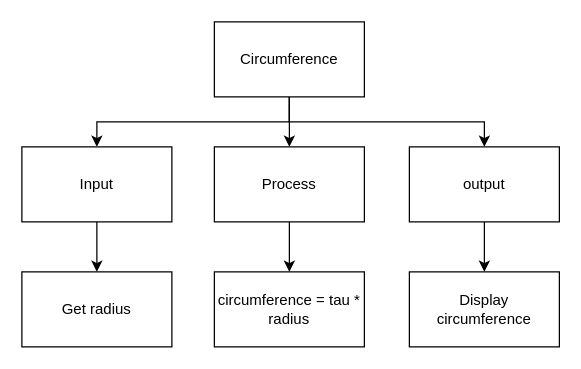
The draw.io diagram page "Top Down" (1 of 2) of design.drawio in Samuel-Webster-178/ICS3U-Unit3-Unit3-05-Python, before the edit. Source tidied: cells renumbered, new cells numbered last; positions are measured from the earlier drawing's top-left corner, leaving out a move shared by most shapes. Both pictures are drawn from the tidied source at 125%, with x=0, y=0 at pixel (21, 21).
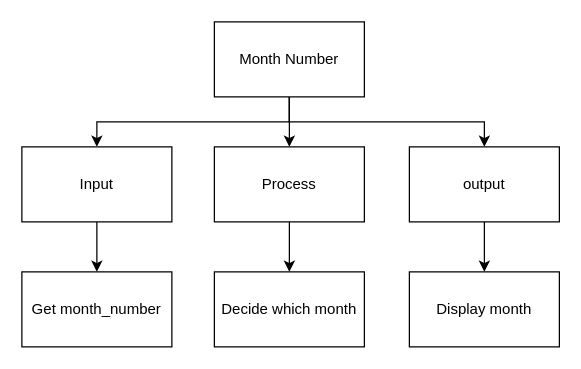
The same diagram, later.

Diff of the diagram source:
```diff
@@
 <mxGraphModel>
   <root>
     <mxCell id="0" />
     <mxCell id="1" parent="0" />
     <mxCell id="2" style="edgeStyle=none;html=1;" parent="1" edge="1" source="5" target="9">
       <mxGeometry relative="1" as="geometry" />
     </mxCell>
     <mxCell id="3" style="edgeStyle=orthogonalEdgeStyle;html=1;entryX=0.5;entryY=0;entryDx=0;entryDy=0;rounded=0;" parent="1" edge="1" source="5" target="7">
       <mxGeometry relative="1" as="geometry">
         <Array as="points">
           <mxPoint x="214" y="80" />
           <mxPoint x="60" y="80" />
         </Array>
       </mxGeometry>
     </mxCell>
     <mxCell id="4" style="edgeStyle=orthogonalEdgeStyle;html=1;entryX=0.5;entryY=0;entryDx=0;entryDy=0;rounded=0;" parent="1" edge="1" source="5" target="11">
       <mxGeometry relative="1" as="geometry">
         <Array as="points">
           <mxPoint x="214" y="80" />
           <mxPoint x="370" y="80" />
         </Array>
       </mxGeometry>
     </mxCell>
-    <mxCell id="5" value="Circumference" style="rounded=0;whiteSpace=wrap;html=1;" parent="1" vertex="1">
+    <mxCell id="5" value="Month Number" style="rounded=0;whiteSpace=wrap;html=1;" parent="1" vertex="1">
       <mxGeometry x="154" width="120" height="60" as="geometry" />
     </mxCell>
     <mxCell id="6" style="edgeStyle=orthogonalEdgeStyle;rounded=0;html=1;" parent="1" edge="1" source="7" target="12">
       <mxGeometry relative="1" as="geometry" />
     </mxCell>
     <mxCell id="7" value="Input" style="rounded=0;whiteSpace=wrap;html=1;" parent="1" vertex="1">
       <mxGeometry y="100" width="120" height="60" as="geometry" />
     </mxCell>
     <mxCell id="8" style="edgeStyle=orthogonalEdgeStyle;rounded=0;html=1;" parent="1" edge="1" source="9" target="13">
       <mxGeometry relative="1" as="geometry" />
     </mxCell>
     <mxCell id="9" value="Process" style="rounded=0;whiteSpace=wrap;html=1;" parent="1" vertex="1">
       <mxGeometry x="154" y="100" width="120" height="60" as="geometry" />
     </mxCell>
     <mxCell id="10" style="edgeStyle=orthogonalEdgeStyle;rounded=0;html=1;" parent="1" edge="1" source="11" target="14">
       <mxGeometry relative="1" as="geometry" />
     </mxCell>
     <mxCell id="11" value="output" style="rounded=0;whiteSpace=wrap;html=1;" parent="1" vertex="1">
       <mxGeometry x="310" y="100" width="120" height="60" as="geometry" />
     </mxCell>
-    <mxCell id="12" value="Get radius" style="rounded=0;whiteSpace=wrap;html=1;" parent="1" vertex="1">
+    <mxCell id="12" value="Get month_number" style="rounded=0;whiteSpace=wrap;html=1;" parent="1" vertex="1">
       <mxGeometry y="200" width="120" height="60" as="geometry" />
     </mxCell>
-    <mxCell id="13" value="circumference = tau * radius" style="rounded=0;whiteSpace=wrap;html=1;" parent="1" vertex="1">
+    <mxCell id="13" value="Decide which month" style="rounded=0;whiteSpace=wrap;html=1;" parent="1" vertex="1">
       <mxGeometry x="154" y="200" width="120" height="60" as="geometry" />
     </mxCell>
-    <mxCell id="14" value="Display circumference" style="rounded=0;whiteSpace=wrap;html=1;" parent="1" vertex="1">
+    <mxCell id="14" value="Display month" style="rounded=0;whiteSpace=wrap;html=1;" parent="1" vertex="1">
       <mxGeometry x="310" y="200" width="120" height="60" as="geometry" />
     </mxCell>
   </root>
 </mxGraphModel>
```
